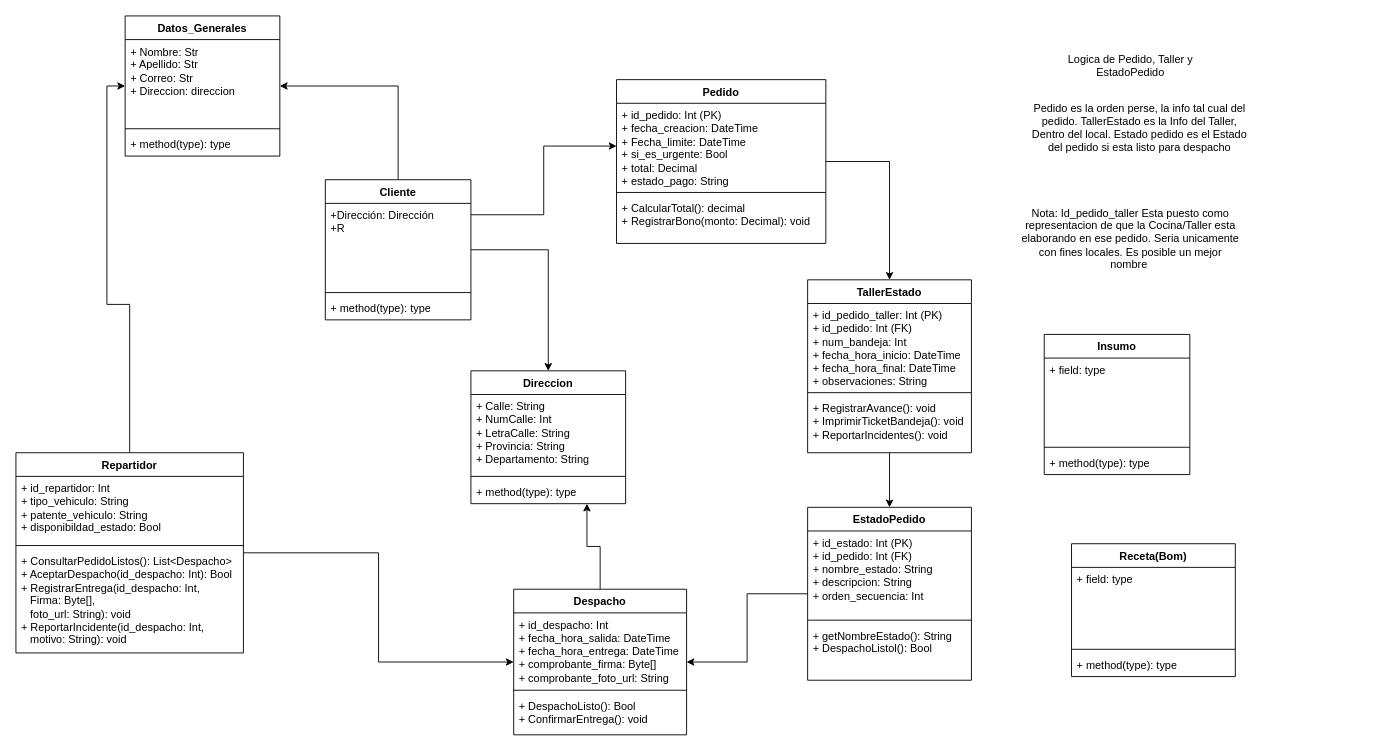
Earlier version of the draw.io diagram Diagramas_de_Clase/Diagrama de Clase (pasteleria).drawio (jorgeortizcastillo2020-hue/MSI_JJ_PARADIGMA4-1_IEC_N2_C1). Source tidied: cells renumbered, new cells numbered last; positions are measured from the earlier drawing's top-left corner, leaving out a move shared by most shapes. Both pictures are drawn from the tidied source at 91%, with x=0, y=0 at pixel (15, 15).
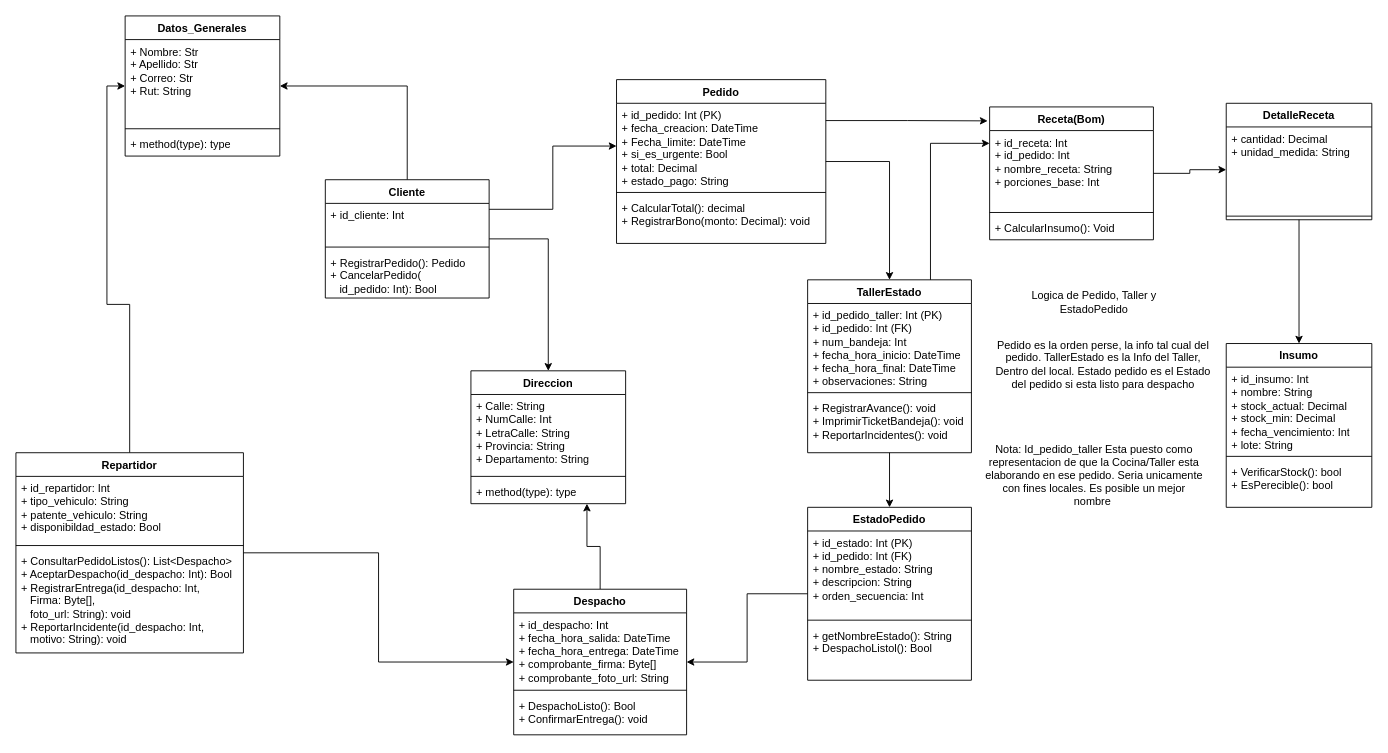
The same page after the edit.

Unchanged cells that the change refers to:
```xml
<mxCell id="28" value="Datos_Generales" style="swimlane;fontStyle=1;align=center;verticalAlign=top;horizontal=1;startSize=26;whiteSpace=wrap;html=1;" parent="1" vertex="1">
  <mxGeometry x="120" width="170" height="154" as="geometry" />
</mxCell>
<mxCell id="42" value="Pedido" style="swimlane;fontStyle=1;align=center;verticalAlign=top;horizontal=1;startSize=26;whiteSpace=wrap;html=1;" parent="1" vertex="1">
  <mxGeometry x="660" y="70" width="230" height="180" as="geometry" />
</mxCell>
<mxCell id="47" value="TallerEstado" style="swimlane;fontStyle=1;align=center;verticalAlign=top;horizontal=1;startSize=26;whiteSpace=wrap;html=1;" parent="1" vertex="1">
  <mxGeometry x="870" y="290" width="180" height="190" as="geometry" />
</mxCell>
```

What changed in the source:
```diff
@@
     <mxCell id="2" value="Insumo" style="swimlane;fontStyle=1;align=center;verticalAlign=top;horizontal=1;startSize=26;whiteSpace=wrap;html=1;" parent="1" vertex="1">
-      <mxGeometry x="1130" y="350" width="160" height="154" as="geometry" />
+      <mxGeometry x="1330" y="360" width="160" height="180" as="geometry" />
     </mxCell>
-    <mxCell id="3" value="+ field: type" style="text;strokeColor=none;fillColor=none;align=left;verticalAlign=top;spacingLeft=4;spacingRight=4;overflow=hidden;whiteSpace=wrap;html=1;" parent="2" vertex="1">
+    <mxCell id="3" value="+ id_insumo: Int&lt;div&gt;+ nombre: String&lt;/div&gt;&lt;div&gt;+ stock_actual: Decimal&lt;/div&gt;&lt;div&gt;+ stock_min: Decimal&lt;/div&gt;&lt;div&gt;+ fecha_vencimiento: Int&lt;/div&gt;&lt;div&gt;+ lote: String&lt;/div&gt;" style="text;strokeColor=none;fillColor=none;align=left;verticalAlign=top;spacingLeft=4;spacingRight=4;overflow=hidden;whiteSpace=wrap;html=1;" parent="2" vertex="1">
       <mxGeometry y="26" width="160" height="94" as="geometry" />
     </mxCell>
@@
-    <mxCell id="5" value="+ method(type): type" style="text;strokeColor=none;fillColor=none;align=left;verticalAlign=top;spacingLeft=4;spacingRight=4;overflow=hidden;whiteSpace=wrap;html=1;" parent="2" vertex="1">
-      <mxGeometry y="128" width="160" height="26" as="geometry" />
+    <mxCell id="5" value="+ VerificarStock(): bool&lt;div&gt;+ EsPerecible(): bool&lt;/div&gt;" style="text;strokeColor=none;fillColor=none;align=left;verticalAlign=top;spacingLeft=4;spacingRight=4;overflow=hidden;whiteSpace=wrap;html=1;" parent="2" vertex="1">
+      <mxGeometry y="128" width="160" height="52" as="geometry" />
     </mxCell>
+    <mxCell id="54" style="edgeStyle=orthogonalEdgeStyle;rounded=0;jettySize=auto;html=1;exitX=1;exitY=0.5;exitDx=0;exitDy=0;entryX=0;entryY=0.5;entryDx=0;entryDy=0;defaultLabelBackgroundColor=page;" parent="1" edge="1" source="6" target="59">
+      <mxGeometry relative="1" as="geometry" />
+    </mxCell>
     <mxCell id="6" value="Receta(Bom)" style="swimlane;fontStyle=1;align=center;verticalAlign=top;horizontal=1;startSize=26;whiteSpace=wrap;html=1;" parent="1" vertex="1">
-      <mxGeometry x="1160" y="580" width="180" height="146" as="geometry" />
+      <mxGeometry x="1070" y="100" width="180" height="146" as="geometry" />
     </mxCell>
-    <mxCell id="7" value="+ field: type" style="text;strokeColor=none;fillColor=none;align=left;verticalAlign=top;spacingLeft=4;spacingRight=4;overflow=hidden;points=[[0,0.5],[1,0.5]];portConstraint=eastwest;whiteSpace=wrap;html=1;" parent="6" vertex="1">
+    <mxCell id="7" value="+ id_receta: Int&lt;div&gt;+ id_pedido: Int&lt;/div&gt;&lt;div&gt;+ nombre_receta: String&lt;/div&gt;&lt;div&gt;+ porciones_base: Int&lt;/div&gt;" style="text;strokeColor=none;fillColor=none;align=left;verticalAlign=top;spacingLeft=4;spacingRight=4;overflow=hidden;points=[[0,0.5],[1,0.5]];portConstraint=eastwest;whiteSpace=wrap;html=1;" parent="6" vertex="1">
       <mxGeometry y="26" width="180" height="86" as="geometry" />
     </mxCell>
@@
-    <mxCell id="9" value="+ method(type): type" style="text;strokeColor=none;fillColor=none;align=left;verticalAlign=top;spacingLeft=4;spacingRight=4;overflow=hidden;whiteSpace=wrap;html=1;" parent="6" vertex="1">
+    <mxCell id="9" value="+ CalcularInsumo(): Void" style="text;strokeColor=none;fillColor=none;align=left;verticalAlign=top;spacingLeft=4;spacingRight=4;overflow=hidden;whiteSpace=wrap;html=1;" parent="6" vertex="1">
       <mxGeometry y="120" width="180" height="26" as="geometry" />
     </mxCell>
@@
     <mxCell id="13" value="Cliente" style="swimlane;fontStyle=1;align=center;verticalAlign=top;horizontal=1;startSize=26;whiteSpace=wrap;html=1;" parent="1" vertex="1">
-      <mxGeometry x="340" y="180" width="160" height="154" as="geometry" />
+      <mxGeometry x="340" y="180" width="180" height="130" as="geometry" />
     </mxCell>
-    <mxCell id="14" value="&lt;div&gt;+Dirección: Dirección&lt;/div&gt;&lt;div&gt;+R&lt;/div&gt;" style="text;strokeColor=none;fillColor=none;align=left;verticalAlign=top;spacingLeft=4;spacingRight=4;overflow=hidden;whiteSpace=wrap;html=1;" parent="13" vertex="1">
-      <mxGeometry y="26" width="160" height="94" as="geometry" />
+    <mxCell id="14" value="+ id_cliente: Int&lt;br&gt;&lt;div&gt;&lt;br&gt;&lt;/div&gt;" style="text;strokeColor=none;fillColor=none;align=left;verticalAlign=top;spacingLeft=4;spacingRight=4;overflow=hidden;whiteSpace=wrap;html=1;" parent="13" vertex="1">
+      <mxGeometry y="26" width="180" height="44" as="geometry" />
     </mxCell>
     <mxCell id="15" style="line;strokeWidth=1;fillColor=none;align=left;verticalAlign=middle;spacingTop=-1;spacingLeft=3;spacingRight=3;labelPosition=right;strokeColor=inherit;labelPerimeter=1;" parent="13" vertex="1">
-      <mxGeometry y="120" width="160" height="8" as="geometry" />
+      <mxGeometry y="70" width="180" height="8" as="geometry" />
     </mxCell>
-    <mxCell id="16" value="+ method(type): type" style="text;strokeColor=none;fillColor=none;align=left;verticalAlign=top;spacingLeft=4;spacingRight=4;overflow=hidden;whiteSpace=wrap;html=1;" parent="13" vertex="1">
-      <mxGeometry y="128" width="160" height="26" as="geometry" />
+    <mxCell id="16" value="+ RegistrarPedido(): Pedido&lt;div&gt;+ CancelarPedido(&lt;/div&gt;&lt;div&gt;&amp;nbsp; &amp;nbsp;id_pedido: Int): Bool&lt;/div&gt;&lt;div&gt;&amp;nbsp; &amp;nbsp;&lt;/div&gt;" style="text;strokeColor=none;fillColor=none;align=left;verticalAlign=top;spacingLeft=4;spacingRight=4;overflow=hidden;whiteSpace=wrap;html=1;" parent="13" vertex="1">
+      <mxGeometry y="78" width="180" height="52" as="geometry" />
     </mxCell>
@@
-    <mxCell id="29" value="&lt;div&gt;+ Nombre: Str&lt;/div&gt;&lt;div&gt;+ Apellido: Str&lt;/div&gt;&lt;div&gt;+ Correo: Str&lt;/div&gt;&lt;div&gt;+ Direccion: direccion&lt;/div&gt;&lt;div&gt;&lt;br&gt;&lt;/div&gt;" style="text;strokeColor=none;fillColor=none;align=left;verticalAlign=top;spacingLeft=4;spacingRight=4;overflow=hidden;whiteSpace=wrap;html=1;" parent="28" vertex="1">
+    <mxCell id="29" value="&lt;div&gt;+ Nombre: Str&lt;/div&gt;&lt;div&gt;+ Apellido: Str&lt;/div&gt;&lt;div&gt;+ Correo: Str&lt;/div&gt;&lt;div&gt;+ Rut: String&lt;/div&gt;&lt;div&gt;&lt;br&gt;&lt;/div&gt;" style="text;strokeColor=none;fillColor=none;align=left;verticalAlign=top;spacingLeft=4;spacingRight=4;overflow=hidden;whiteSpace=wrap;html=1;" parent="28" vertex="1">
       <mxGeometry y="26" width="170" height="94" as="geometry" />
     </mxCell>
@@
     <mxCell id="51" value="Logica de Pedido, Taller y EstadoPedido" style="text;html=1;whiteSpace=wrap;strokeColor=none;fillColor=none;align=center;verticalAlign=middle;rounded=0;" parent="1" vertex="1">
-      <mxGeometry x="1130" y="40" width="190" height="30" as="geometry" />
+      <mxGeometry x="1090" y="300" width="190" height="30" as="geometry" />
     </mxCell>
     <mxCell id="52" value="Pedido es la orden perse, la info tal cual del pedido. TallerEstado es la Info del Taller, Dentro del local. Estado pedido es el Estado del pedido si esta listo para despacho" style="text;html=1;whiteSpace=wrap;strokeColor=none;fillColor=none;align=center;verticalAlign=middle;rounded=0;" parent="1" vertex="1">
-      <mxGeometry x="1110" y="80" width="250" height="86" as="geometry" />
+      <mxGeometry x="1070" y="340" width="250" height="86" as="geometry" />
     </mxCell>
     <mxCell id="53" value="Nota: Id_pedido_taller Esta puesto como representacion de que la Cocina/Taller esta elaborando en ese pedido. Seria unicamente con fines locales. Es posible un mejor nombre&amp;nbsp;" style="text;html=1;whiteSpace=wrap;strokeColor=none;fillColor=none;align=center;verticalAlign=middle;rounded=0;" parent="1" vertex="1">
-      <mxGeometry x="1100" y="230" width="250" height="30" as="geometry" />
+      <mxGeometry x="1060" y="490" width="250" height="30" as="geometry" />
     </mxCell>
+    <mxCell id="55" style="edgeStyle=orthogonalEdgeStyle;rounded=0;jettySize=auto;html=1;exitX=1;exitY=0.25;exitDx=0;exitDy=0;entryX=-0.012;entryY=0.105;entryDx=0;entryDy=0;entryPerimeter=0;defaultLabelBackgroundColor=page;" parent="1" edge="1" source="42" target="6">
+      <mxGeometry relative="1" as="geometry" />
+    </mxCell>
+    <mxCell id="56" style="edgeStyle=orthogonalEdgeStyle;rounded=0;jettySize=auto;html=1;exitX=0.75;exitY=0;exitDx=0;exitDy=0;entryX=0;entryY=0.163;entryDx=0;entryDy=0;entryPerimeter=0;defaultLabelBackgroundColor=page;" parent="1" edge="1" source="47" target="7">
+      <mxGeometry relative="1" as="geometry" />
+    </mxCell>
+    <mxCell id="57" style="edgeStyle=orthogonalEdgeStyle;rounded=0;jettySize=auto;html=1;exitX=0.5;exitY=1;exitDx=0;exitDy=0;entryX=0.5;entryY=0;entryDx=0;entryDy=0;defaultLabelBackgroundColor=page;" parent="1" edge="1" source="58" target="2">
+      <mxGeometry relative="1" as="geometry" />
+    </mxCell>
+    <mxCell id="58" value="DetalleReceta" style="swimlane;fontStyle=1;align=center;verticalAlign=top;horizontal=1;startSize=26;whiteSpace=wrap;html=1;" parent="1" vertex="1">
+      <mxGeometry x="1330" y="96" width="160" height="128" as="geometry" />
+    </mxCell>
+    <mxCell id="59" value="+ cantidad: Decimal&lt;div&gt;+ unidad_medida: String&lt;/div&gt;" style="text;strokeColor=none;fillColor=none;align=left;verticalAlign=top;spacingLeft=4;spacingRight=4;overflow=hidden;points=[[0,0.5],[1,0.5]];portConstraint=eastwest;whiteSpace=wrap;html=1;" parent="58" vertex="1">
+      <mxGeometry y="26" width="160" height="94" as="geometry" />
+    </mxCell>
+    <mxCell id="60" style="line;strokeWidth=1;fillColor=none;align=left;verticalAlign=middle;spacingTop=-1;spacingLeft=3;spacingRight=3;labelPosition=right;strokeColor=inherit;labelPerimeter=1;" parent="58" vertex="1">
+      <mxGeometry y="120" width="160" height="8" as="geometry" />
+    </mxCell>
```
